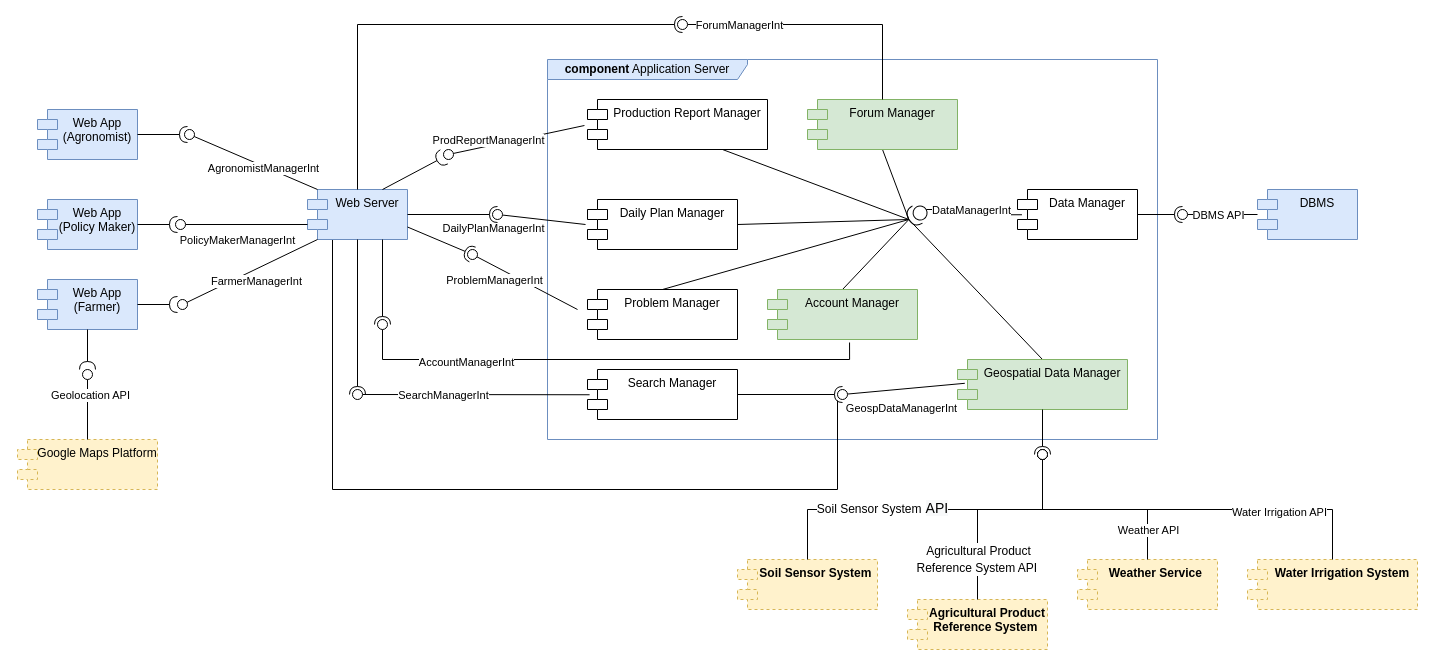
ictar/DREAM-SE2-Project-2022 keeps this draw.io diagram as page "overview with detail" (4 of 4) of DD/diagrams/component.drawio. Above is the earlier version. Source tidied: cells renumbered, new cells numbered last; positions are measured from the earlier drawing's top-left corner, leaving out a move shared by most shapes. Both pictures are drawn from the tidied source at 100%, with x=0, y=0 at pixel (17, 19).
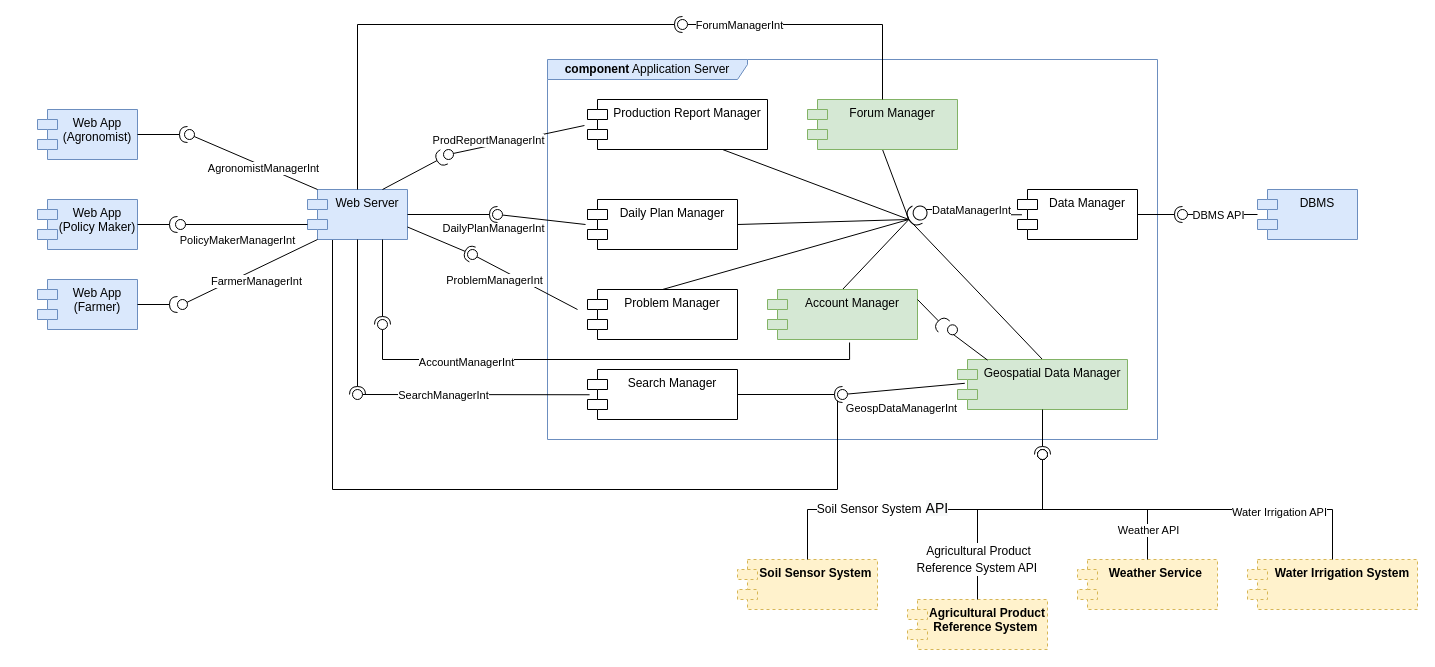
The same diagram, later.

Unchanged cells that the change refers to:
```xml
<mxCell id="61" value="Web App&#10;(Farmer)" style="shape=module;align=left;spacingLeft=20;align=center;verticalAlign=top;fillColor=#dae8fc;strokeColor=#6c8ebf;" parent="1" vertex="1">
  <mxGeometry x="20" y="260" width="100" height="50" as="geometry" />
</mxCell>
```

The edit, as a diff of the source:
```diff
@@
-    <mxCell id="71" value="Google Maps Platform" style="shape=module;align=left;spacingLeft=20;align=center;verticalAlign=top;dashed=1;fillColor=#fff2cc;strokeColor=#d6b656;" parent="1" vertex="1">
-      <mxGeometry y="420" width="140" height="50" as="geometry" />
-    </mxCell>
-    <mxCell id="72" style="rounded=0;jettySize=auto;html=1;endArrow=none;endFill=0;sketch=0;sourcePerimeterSpacing=0;targetPerimeterSpacing=0;exitX=0.5;exitY=0;exitDx=0;exitDy=0;" parent="1" edge="1" source="71" target="75">
-      <mxGeometry relative="1" as="geometry" />
-    </mxCell>
-    <mxCell id="73" value="Geolocation API" style="edgeLabel;html=1;align=center;verticalAlign=middle;" parent="72" vertex="1">
-      <mxGeometry x="0.49" y="-2" relative="1" as="geometry" />
-    </mxCell>
-    <mxCell id="74" style="rounded=0;jettySize=auto;html=1;endArrow=halfCircle;endFill=0;endSize=6;strokeWidth=1;sketch=0;exitX=0.5;exitY=1;exitDx=0;exitDy=0;" parent="1" edge="1" source="61">
-      <mxGeometry relative="1" as="geometry">
-        <mxPoint x="70" y="350" as="targetPoint" />
-      </mxGeometry>
-    </mxCell>
-    <mxCell id="75" style="ellipse;whiteSpace=wrap;html=1;align=center;points=[];outlineConnect=0;sketch=0;" parent="1" vertex="1">
-      <mxGeometry x="65" y="350" width="10" height="10" as="geometry" />
-    </mxCell>
@@
+    <mxCell id="92" style="group;" parent="1" vertex="1">
+      <mxGeometry x="900" y="280" width="70" height="60.6" as="geometry" />
+    </mxCell>
+    <mxCell id="93" style="rounded=0;orthogonalLoop=1;jettySize=auto;html=1;endArrow=none;endFill=0;sketch=0;sourcePerimeterSpacing=0;fontColor=#000000;exitX=0;exitY=0;exitDx=0;exitDy=15;exitPerimeter=0;" parent="92" edge="1">
+      <mxGeometry relative="1" as="geometry">
+        <mxPoint x="70" y="60.6" as="sourcePoint" />
+        <mxPoint x="34" y="33.6" as="targetPoint" />
+      </mxGeometry>
+    </mxCell>
+    <mxCell id="94" style="rounded=0;orthogonalLoop=1;jettySize=auto;html=1;endArrow=halfCircle;endFill=0;endSize=6;strokeWidth=1;sketch=0;fontColor=#000000;exitX=1;exitY=0.5;exitDx=0;exitDy=0;" parent="92" edge="1">
+      <mxGeometry relative="1" as="geometry">
+        <mxPoint as="sourcePoint" />
+        <mxPoint x="26.5" y="27.1" as="targetPoint" />
+      </mxGeometry>
+    </mxCell>
+    <mxCell id="95" style="ellipse;whiteSpace=wrap;html=1;align=center;sketch=0;fontColor=#000000;strokeColor=default;" parent="92" vertex="1">
+      <mxGeometry x="30" y="25.3" width="10" height="10" as="geometry" />
+    </mxCell>
```
